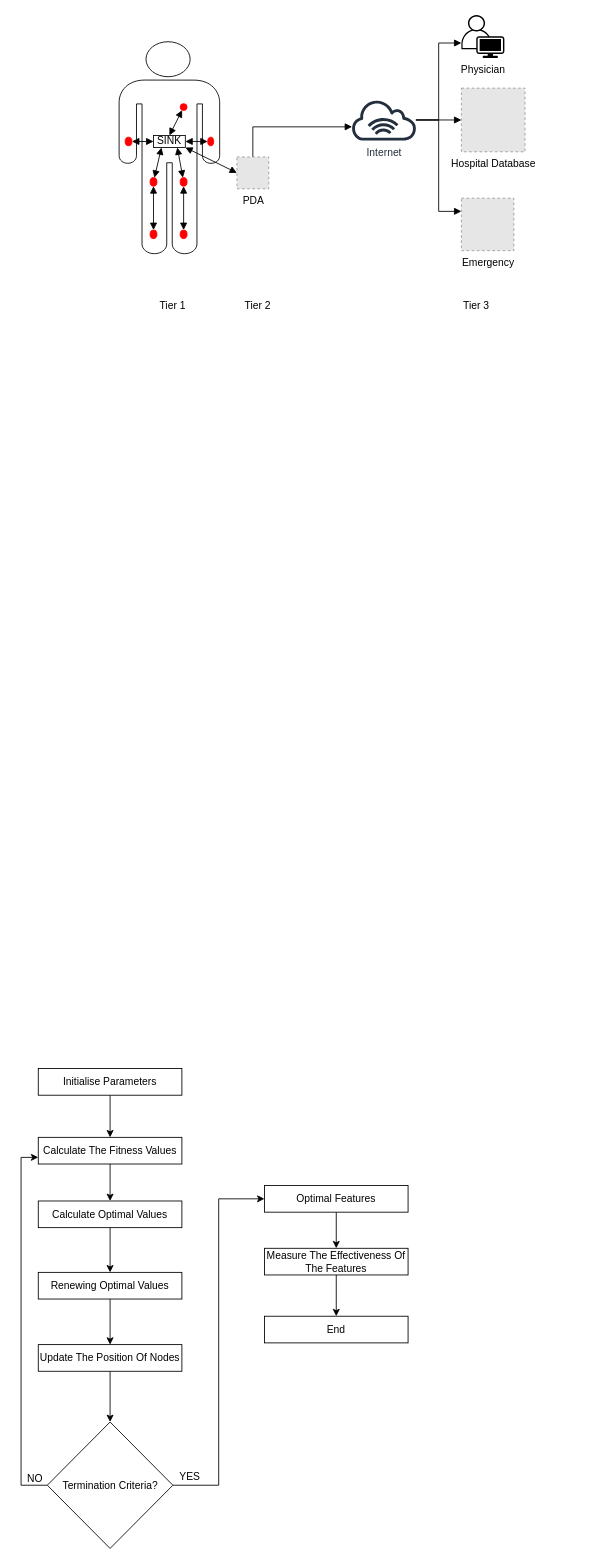
filzahamjad/DataminingSynopsis_Figures keeps this draw.io diagram as synopsis.drawio. Above is the earlier version. Source tidied: cells renumbered, new cells numbered last; positions are measured from the earlier drawing's top-left corner, leaving out a move shared by most shapes. Both pictures are drawn from the tidied source at 86%, with x=0, y=0 at pixel (19, 15). Pictures stored in the file or linked from it are replaced by grey dashed boxes.
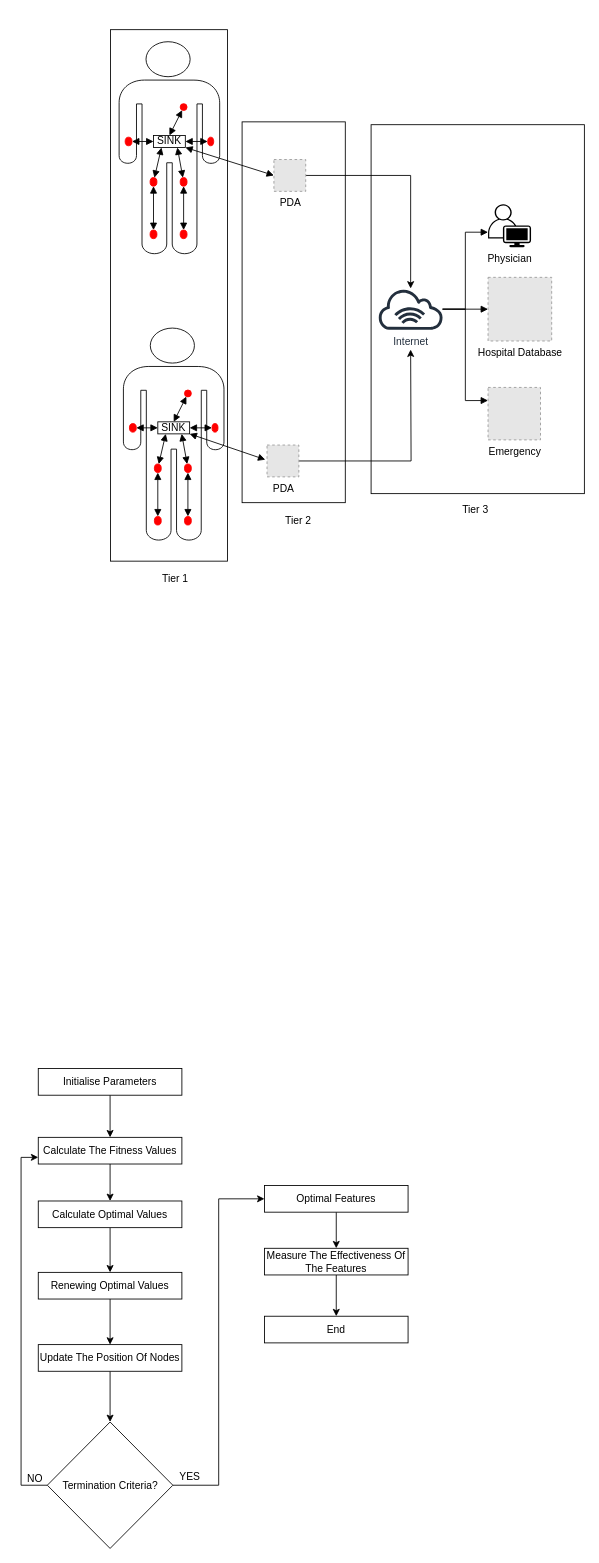
The same page after the edit.

What changed in the source:
```diff
@@
+    <mxCell id="51" style="rounded=0;whiteSpace=wrap;html=1;" parent="1" vertex="1">
+      <mxGeometry x="409" y="127.5" width="248" height="429" as="geometry" />
+    </mxCell>
+    <mxCell id="52" style="rounded=0;whiteSpace=wrap;html=1;" parent="1" vertex="1">
+      <mxGeometry x="259" y="124.2" width="120" height="442.8" as="geometry" />
+    </mxCell>
+    <mxCell id="53" style="rounded=0;whiteSpace=wrap;html=1;" parent="1" vertex="1">
+      <mxGeometry x="106" y="17" width="136" height="618" as="geometry" />
+    </mxCell>
     <mxCell id="2" value="Physician" style="points=[[0.35,0,0],[0.98,0.51,0],[1,0.71,0],[0.67,1,0],[0,0.795,0],[0,0.65,0]];verticalLabelPosition=bottom;sketch=0;html=1;verticalAlign=top;align=center;shape=mxgraph.cisco19.user;fillColor=#000000;strokeColor=none;" parent="1" vertex="1">
-      <mxGeometry x="514" width="50" height="50" as="geometry" />
+      <mxGeometry x="545" y="220" width="50" height="50" as="geometry" />
     </mxCell>
@@
-    <mxCell id="20" style="edgeStyle=orthogonalEdgeStyle;rounded=0;jettySize=auto;html=1;startArrow=none;startFill=0;endArrow=block;endFill=1;" parent="1" edge="1" source="21" target="25">
-      <mxGeometry relative="1" as="geometry">
-        <Array as="points">
-          <mxPoint x="272" y="130" />
-        </Array>
-      </mxGeometry>
+    <mxCell id="20" style="edgeStyle=orthogonalEdgeStyle;rounded=0;jettySize=auto;html=1;" parent="1" edge="1" source="21" target="25">
+      <mxGeometry relative="1" as="geometry" />
     </mxCell>
     <mxCell id="21" value="PDA" style="fillColor=#E6E6E6;strokeColor=#999999;dashed=1;html=1;verticalAlign=top;verticalLabelPosition=bottom;labelBackgroundColor=#ffffff;" parent="1" vertex="1">
-      <mxGeometry x="253" y="165" width="37" height="37" as="geometry" />
+      <mxGeometry x="296" y="168" width="37" height="37" as="geometry" />
     </mxCell>
@@
     <mxCell id="25" value="Internet" style="sketch=0;outlineConnect=0;fontColor=#232F3E;gradientColor=none;fillColor=#232F3D;strokeColor=none;dashed=0;verticalLabelPosition=bottom;verticalAlign=top;align=center;html=1;fontSize=12;fontStyle=0;shape=mxgraph.aws4.internet_alt1;fillStyle=solid;strokeWidth=1;" parent="1" vertex="1">
-      <mxGeometry x="385" y="98" width="78" height="48" as="geometry" />
+      <mxGeometry x="416" y="318" width="78" height="48" as="geometry" />
     </mxCell>
     <mxCell id="26" value="Hospital Database" style="fillColor=#E6E6E6;strokeColor=#999999;dashed=1;html=1;verticalAlign=top;verticalLabelPosition=bottom;labelBackgroundColor=#ffffff;" parent="1" vertex="1">
-      <mxGeometry x="514" y="85" width="74" height="74" as="geometry" />
+      <mxGeometry x="545" y="305" width="74" height="74" as="geometry" />
     </mxCell>
     <mxCell id="27" value="Emergency" style="fillColor=#E6E6E6;strokeColor=#999999;dashed=1;html=1;verticalAlign=top;verticalLabelPosition=bottom;labelBackgroundColor=#ffffff;" parent="1" vertex="1">
-      <mxGeometry x="514" y="213" width="61" height="61" as="geometry" />
+      <mxGeometry x="545" y="433" width="61" height="61" as="geometry" />
     </mxCell>
-    <mxCell id="28" value="Tier 1" style="text;html=1;align=center;verticalAlign=middle;strokeColor=none;fillColor=none;" parent="1" vertex="1">
-      <mxGeometry x="154" y="325" width="48" height="26" as="geometry" />
-    </mxCell>
     <mxCell id="29" value="Tier 2" style="text;html=1;align=center;verticalAlign=middle;strokeColor=none;fillColor=none;" parent="1" vertex="1">
-      <mxGeometry x="253" y="325" width="48" height="26" as="geometry" />
+      <mxGeometry x="300" y="575" width="48" height="26" as="geometry" />
     </mxCell>
     <mxCell id="30" value="Tier 3" style="text;html=1;align=center;verticalAlign=middle;strokeColor=none;fillColor=none;" parent="1" vertex="1">
-      <mxGeometry x="507" y="325" width="48" height="26" as="geometry" />
+      <mxGeometry x="506" y="562" width="48" height="26" as="geometry" />
     </mxCell>
@@
+    <mxCell id="54" style="shape=mxgraph.signs.people.man_1;html=1;fillColor=#FFFFFF;strokeColor=default;verticalLabelPosition=bottom;verticalAlign=top;align=center;strokeWidth=1;fillStyle=solid;perimeterSpacing=4;" parent="1" vertex="1">
+      <mxGeometry x="121" y="364" width="117" height="246.5" as="geometry" />
+    </mxCell>
+    <mxCell id="55" style="edgeStyle=none;rounded=0;jettySize=auto;html=1;startArrow=block;startFill=1;endArrow=block;endFill=1;entryX=0.5;entryY=1;entryDx=0;entryDy=0;" parent="1" edge="1" source="56" target="66">
+      <mxGeometry relative="1" as="geometry" />
+    </mxCell>
+    <mxCell id="56" style="ellipse;fillColor=strokeColor;strokeColor=#FF0000;" parent="1" vertex="1">
+      <mxGeometry x="192" y="583" width="8" height="10" as="geometry" />
+    </mxCell>
+    <mxCell id="57" style="edgeStyle=none;rounded=0;jettySize=auto;html=1;entryX=0.5;entryY=1;entryDx=0;entryDy=0;startArrow=block;startFill=1;endArrow=block;endFill=1;" parent="1" edge="1" source="58" target="68">
+      <mxGeometry relative="1" as="geometry" />
+    </mxCell>
+    <mxCell id="58" style="ellipse;fillColor=strokeColor;strokeColor=#FF0000;" parent="1" vertex="1">
+      <mxGeometry x="157" y="583" width="8" height="10" as="geometry" />
+    </mxCell>
+    <mxCell id="59" style="edgeStyle=none;rounded=0;jettySize=auto;html=1;entryX=0.5;entryY=0;entryDx=0;entryDy=0;startArrow=block;startFill=1;endArrow=block;endFill=1;" parent="1" edge="1" source="60" target="70">
+      <mxGeometry relative="1" as="geometry" />
+    </mxCell>
+    <mxCell id="60" style="ellipse;fillColor=strokeColor;strokeColor=#FF0000;" parent="1" vertex="1">
+      <mxGeometry x="192" y="436" width="8" height="8" as="geometry" />
+    </mxCell>
+    <mxCell id="61" style="edgeStyle=none;rounded=0;jettySize=auto;html=1;startArrow=block;startFill=1;endArrow=block;endFill=1;" parent="1" edge="1" source="62" target="70">
+      <mxGeometry relative="1" as="geometry" />
+    </mxCell>
+    <mxCell id="62" style="ellipse;fillColor=strokeColor;strokeColor=#FF0000;" parent="1" vertex="1">
+      <mxGeometry x="224" y="475" width="7" height="10" as="geometry" />
+    </mxCell>
+    <mxCell id="63" style="edgeStyle=none;rounded=0;jettySize=auto;html=1;exitX=1;exitY=0.5;exitDx=0;exitDy=0;entryX=0;entryY=0.5;entryDx=0;entryDy=0;startArrow=block;startFill=1;endArrow=block;endFill=1;" parent="1" edge="1" source="64" target="70">
+      <mxGeometry relative="1" as="geometry" />
+    </mxCell>
+    <mxCell id="64" style="ellipse;fillColor=strokeColor;strokeColor=#FF0000;" parent="1" vertex="1">
+      <mxGeometry x="128" y="475" width="8" height="10" as="geometry" />
+    </mxCell>
+    <mxCell id="65" style="edgeStyle=none;rounded=0;jettySize=auto;html=1;entryX=0.75;entryY=1;entryDx=0;entryDy=0;startArrow=block;startFill=1;endArrow=block;endFill=1;" parent="1" edge="1" source="66" target="70">
+      <mxGeometry relative="1" as="geometry" />
+    </mxCell>
+    <mxCell id="66" style="ellipse;fillColor=strokeColor;strokeColor=#FF0000;" parent="1" vertex="1">
+      <mxGeometry x="192" y="522" width="8" height="10" as="geometry" />
+    </mxCell>
+    <mxCell id="67" style="edgeStyle=none;rounded=0;jettySize=auto;html=1;entryX=0.25;entryY=1;entryDx=0;entryDy=0;startArrow=block;startFill=1;endArrow=block;endFill=1;" parent="1" edge="1" source="68" target="70">
+      <mxGeometry relative="1" as="geometry" />
+    </mxCell>
+    <mxCell id="68" style="ellipse;fillColor=strokeColor;strokeColor=#FF0000;" parent="1" vertex="1">
+      <mxGeometry x="157" y="522" width="8" height="10" as="geometry" />
+    </mxCell>
+    <mxCell id="69" style="rounded=0;jettySize=auto;html=1;exitX=1;exitY=1;exitDx=0;exitDy=0;startArrow=block;startFill=1;endArrow=block;endFill=1;" parent="1" edge="1" source="70">
+      <mxGeometry relative="1" as="geometry">
+        <mxPoint x="286" y="517" as="targetPoint" />
+      </mxGeometry>
+    </mxCell>
+    <mxCell id="70" value="SINK" style="rounded=0;whiteSpace=wrap;html=1;fillStyle=solid;strokeColor=default;strokeWidth=1;fillColor=#FFFFFF;" parent="1" vertex="1">
+      <mxGeometry x="161" y="473" width="37" height="14" as="geometry" />
+    </mxCell>
+    <mxCell id="28" value="Tier 1" style="text;html=1;align=center;verticalAlign=middle;strokeColor=none;fillColor=none;" parent="1" vertex="1">
+      <mxGeometry x="157" y="643" width="48" height="26" as="geometry" />
+    </mxCell>
+    <mxCell id="71" style="edgeStyle=orthogonalEdgeStyle;rounded=0;jettySize=auto;html=1;" parent="1" edge="1" source="72">
+      <mxGeometry relative="1" as="geometry">
+        <mxPoint x="455" y="389" as="targetPoint" />
+      </mxGeometry>
+    </mxCell>
+    <mxCell id="72" value="PDA" style="fillColor=#E6E6E6;strokeColor=#999999;dashed=1;html=1;verticalAlign=top;verticalLabelPosition=bottom;labelBackgroundColor=#ffffff;" parent="1" vertex="1">
+      <mxGeometry x="288" y="500" width="37" height="37" as="geometry" />
+    </mxCell>
```
